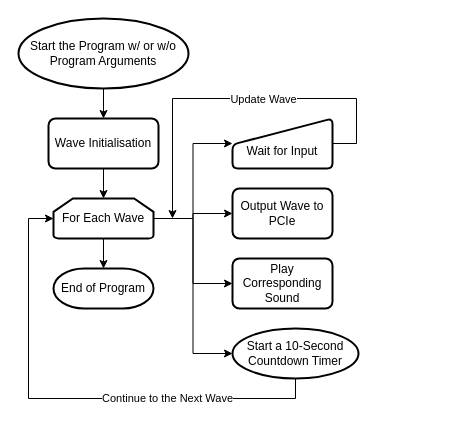
Above: ca2/Main Structure.drawio in JinZihang/NTU-MA4830-RealtimeSoftwareForMechatronicSystems (draw.io), before the change. Source tidied: cells renumbered, new cells numbered last; positions are measured from the earlier drawing's top-left corner, leaving out a move shared by most shapes. Both pictures are drawn from the tidied source at 100%, with x=0, y=0 at pixel (18, 18).
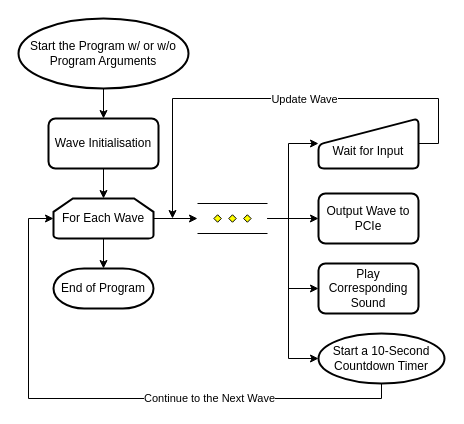
The same diagram, later.

Unchanged cells that the change refers to:
```xml
<mxCell id="11" value="For Each Wave" style="strokeWidth=2;html=1;shape=mxgraph.flowchart.loop_limit;whiteSpace=wrap;" parent="1" vertex="1">
  <mxGeometry x="35" y="180" width="100" height="40" as="geometry" />
</mxCell>
```

Change to the diagram source:
```diff
@@
-    <mxCell id="7" style="edgeStyle=orthogonalEdgeStyle;rounded=0;jettySize=auto;html=1;exitX=1;exitY=0.5;exitDx=0;exitDy=0;exitPerimeter=0;entryX=0;entryY=0.5;entryDx=0;entryDy=0;" parent="1" edge="1" source="11" target="15">
+    <mxCell id="7" style="edgeStyle=orthogonalEdgeStyle;rounded=0;jettySize=auto;html=1;entryX=0;entryY=0.5;entryDx=0;entryDy=0;exitX=1;exitY=0.5;exitDx=0;exitDy=0;exitPerimeter=0;" parent="1" edge="1" source="22" target="15">
       <mxGeometry relative="1" as="geometry" />
     </mxCell>
-    <mxCell id="8" style="edgeStyle=orthogonalEdgeStyle;rounded=0;jettySize=auto;html=1;exitX=1;exitY=0.5;exitDx=0;exitDy=0;exitPerimeter=0;entryX=0;entryY=0.5;entryDx=0;entryDy=0;entryPerimeter=0;" parent="1" edge="1" source="11" target="14">
-      <mxGeometry relative="1" as="geometry" />
+    <mxCell id="8" style="edgeStyle=orthogonalEdgeStyle;rounded=0;jettySize=auto;html=1;entryX=0;entryY=0.5;entryDx=0;entryDy=0;entryPerimeter=0;exitX=1;exitY=0.5;exitDx=0;exitDy=0;exitPerimeter=0;" parent="1" edge="1" source="22" target="14">
+      <mxGeometry relative="1" as="geometry">
+        <Array as="points">
+          <mxPoint x="270" y="200" />
+          <mxPoint x="270" y="340" />
+        </Array>
+      </mxGeometry>
     </mxCell>
-    <mxCell id="9" style="edgeStyle=orthogonalEdgeStyle;rounded=0;jettySize=auto;html=1;exitX=1;exitY=0.5;exitDx=0;exitDy=0;exitPerimeter=0;entryX=0;entryY=0.5;entryDx=0;entryDy=0;" parent="1" edge="1" source="11" target="16">
-      <mxGeometry relative="1" as="geometry" />
+    <mxCell id="9" style="edgeStyle=orthogonalEdgeStyle;rounded=0;jettySize=auto;html=1;entryX=0;entryY=0.5;entryDx=0;entryDy=0;exitX=1;exitY=0.5;exitDx=0;exitDy=0;exitPerimeter=0;" parent="1" edge="1" source="22" target="16">
+      <mxGeometry relative="1" as="geometry">
+        <Array as="points">
+          <mxPoint x="270" y="200" />
+          <mxPoint x="270" y="270" />
+        </Array>
+      </mxGeometry>
     </mxCell>
-    <mxCell id="10" style="edgeStyle=orthogonalEdgeStyle;rounded=0;jettySize=auto;html=1;exitX=1;exitY=0.5;exitDx=0;exitDy=0;exitPerimeter=0;entryX=0;entryY=0.5;entryDx=0;entryDy=0;" parent="1" edge="1" source="11" target="19">
-      <mxGeometry relative="1" as="geometry" />
+    <mxCell id="10" style="edgeStyle=orthogonalEdgeStyle;rounded=0;jettySize=auto;html=1;entryX=0;entryY=0.5;entryDx=0;entryDy=0;exitX=1;exitY=0.5;exitDx=0;exitDy=0;exitPerimeter=0;" parent="1" edge="1" source="22" target="19">
+      <mxGeometry relative="1" as="geometry">
+        <Array as="points">
+          <mxPoint x="270" y="200" />
+          <mxPoint x="270" y="125" />
+        </Array>
+      </mxGeometry>
     </mxCell>
+    <mxCell id="21" style="edgeStyle=orthogonalEdgeStyle;rounded=0;jettySize=auto;html=1;exitX=1;exitY=0.5;exitDx=0;exitDy=0;exitPerimeter=0;entryX=0;entryY=0.5;entryDx=0;entryDy=0;entryPerimeter=0;" parent="1" edge="1" source="11" target="22">
+      <mxGeometry relative="1" as="geometry" />
+    </mxCell>
@@
     <mxCell id="12" style="edgeStyle=orthogonalEdgeStyle;rounded=0;jettySize=auto;html=1;exitX=0.5;exitY=1;exitDx=0;exitDy=0;exitPerimeter=0;entryX=0;entryY=0.5;entryDx=0;entryDy=0;entryPerimeter=0;" parent="1" edge="1" source="14" target="11">
       <mxGeometry relative="1" as="geometry">
         <Array as="points">
-          <mxPoint x="277" y="380" />
+          <mxPoint x="363" y="380" />
           <mxPoint x="10" y="380" />
           <mxPoint x="10" y="200" />
         </Array>
       </mxGeometry>
     </mxCell>
     <mxCell id="13" value="Continue to the Next Wave" style="edgeLabel;html=1;align=center;verticalAlign=middle;" parent="12" vertex="1">
       <mxGeometry x="-0.3" y="-1" relative="1" as="geometry">
-        <mxPoint x="23" as="offset" />
+        <mxPoint x="13" as="offset" />
       </mxGeometry>
     </mxCell>
     <mxCell id="14" value="Start a 10-Second&lt;br&gt;Countdown Timer" style="strokeWidth=2;html=1;shape=mxgraph.flowchart.start_1;whiteSpace=wrap;" parent="1" vertex="1">
-      <mxGeometry x="214" y="310" width="126" height="50" as="geometry" />
+      <mxGeometry x="300" y="315" width="126" height="50" as="geometry" />
     </mxCell>
     <mxCell id="15" value="Output Wave to PCIe" style="rounded=1;whiteSpace=wrap;html=1;absoluteArcSize=1;arcSize=14;strokeWidth=2;" parent="1" vertex="1">
-      <mxGeometry x="214" y="170" width="100" height="50" as="geometry" />
+      <mxGeometry x="300" y="175" width="100" height="50" as="geometry" />
     </mxCell>
     <mxCell id="16" value="Play Corresponding Sound" style="rounded=1;whiteSpace=wrap;html=1;absoluteArcSize=1;arcSize=14;strokeWidth=2;" parent="1" vertex="1">
-      <mxGeometry x="214" y="240" width="100" height="50" as="geometry" />
+      <mxGeometry x="300" y="245" width="100" height="50" as="geometry" />
     </mxCell>
     <mxCell id="17" style="edgeStyle=orthogonalEdgeStyle;rounded=0;jettySize=auto;html=1;exitX=1;exitY=0.5;exitDx=0;exitDy=0;" parent="1" edge="1" source="19">
       <mxGeometry relative="1" as="geometry">
         <mxPoint x="154" y="200" as="targetPoint" />
         <Array as="points">
-          <mxPoint x="338" y="125" />
-          <mxPoint x="338" y="80" />
+          <mxPoint x="420" y="125" />
+          <mxPoint x="420" y="80" />
           <mxPoint x="154" y="80" />
         </Array>
       </mxGeometry>
     </mxCell>
@@
     <mxCell id="19" value="&lt;br&gt;Wait for Input" style="html=1;strokeWidth=2;shape=manualInput;whiteSpace=wrap;rounded=1;size=26;arcSize=11;" parent="1" vertex="1">
-      <mxGeometry x="214" y="100" width="100" height="50" as="geometry" />
+      <mxGeometry x="300" y="100" width="100" height="50" as="geometry" />
     </mxCell>
@@
+    <mxCell id="22" style="verticalLabelPosition=bottom;verticalAlign=top;html=1;shape=mxgraph.flowchart.parallel_mode;" parent="1" vertex="1">
+      <mxGeometry x="179" y="185" width="70" height="30" as="geometry" />
+    </mxCell>
```
